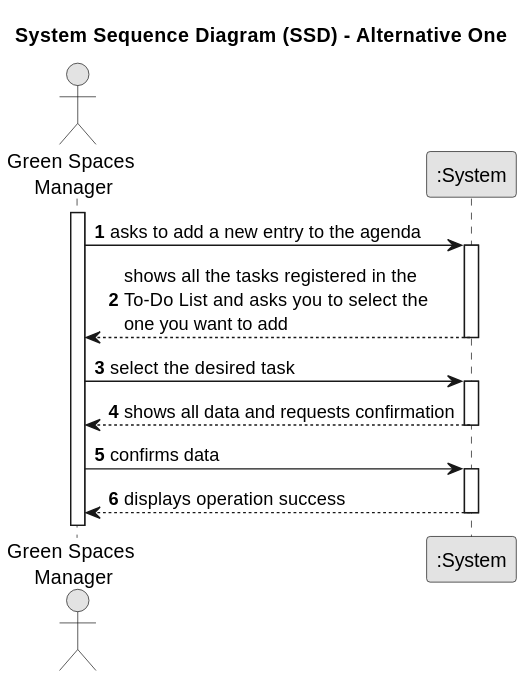
Before: docs/sprintC/us022/01.requirements-engineering/svg/us022-system-sequence-diagram-alternative-one.svg, a diagram exported from PlantUML (diogoveirospro/lei-24-s2-1dg-g072).
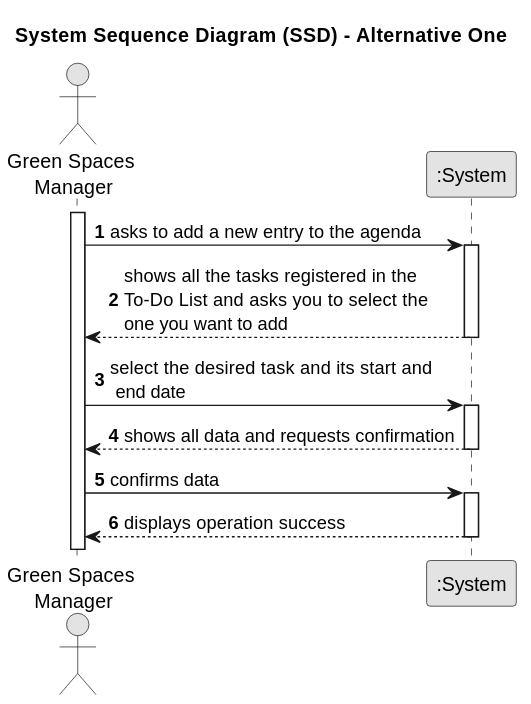
Later version of the same file.

Diff of the diagram source:
```diff
@@ -18,7 +18,7 @@
         System --> GSM : shows all the tasks registered in the \nTo-Do List and asks you to select the \none you want to add
     deactivate System
 
-    GSM -> System : select the desired task
+    GSM -> System : select the desired task and its start and\n end date
     activate System
 
         System --> GSM : shows all data and requests confirmation
```
